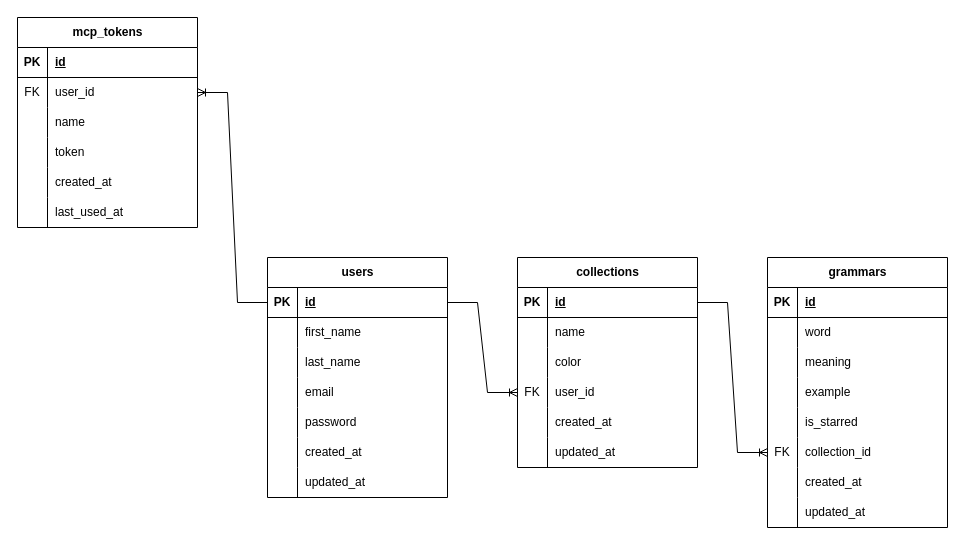
Above: lobos.drawio in tudemaha/lobos-app (draw.io), before the change. Source tidied: cells renumbered, new cells numbered last; positions are measured from the earlier drawing's top-left corner, leaving out a move shared by most shapes. Both pictures are drawn from the tidied source at 100%, with x=0, y=0 at pixel (17, 17).
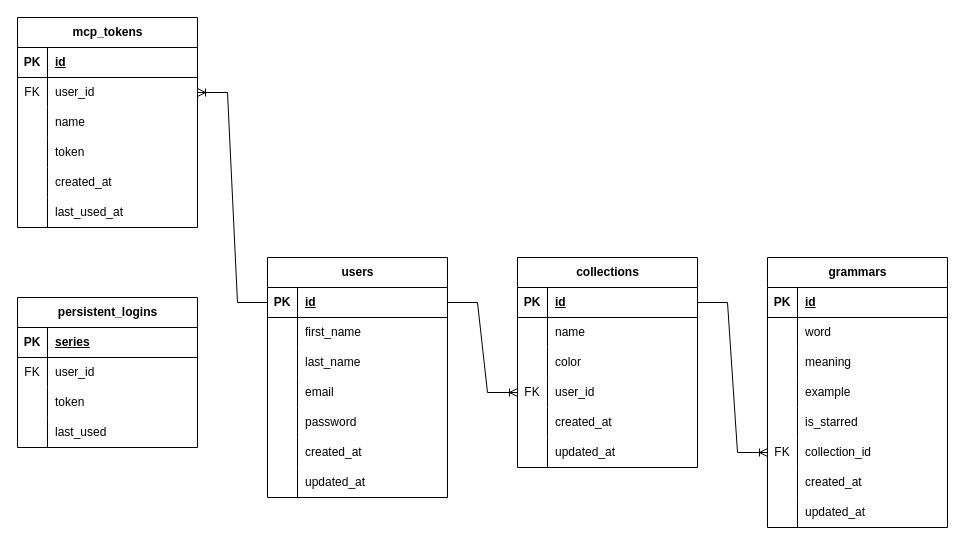
The same page after the edit.

Change to the diagram source:
```diff
@@
+    <mxCell id="90" value="persistent_logins" style="shape=table;startSize=30;childLayout=tableLayout;rowLines=0;fontStyle=1;align=center;html=1;" parent="1" vertex="1">
+      <mxGeometry y="280" width="180" height="150" as="geometry" />
+    </mxCell>
+    <mxCell id="91" style="shape=tableRow;horizontal=0;startSize=0;swimlaneHead=0;swimlaneBody=0;fillColor=none;top=0;left=0;right=0;bottom=1;" parent="90" vertex="1">
+      <mxGeometry y="30" width="180" height="30" as="geometry" />
+    </mxCell>
+    <mxCell id="92" value="PK" style="shape=partialRectangle;fillColor=none;top=0;left=0;bottom=0;right=0;fontStyle=1;overflow=hidden;whiteSpace=wrap;html=1;" parent="91" vertex="1">
+      <mxGeometry width="30" height="30" as="geometry" />
+    </mxCell>
+    <mxCell id="93" value="series" style="shape=partialRectangle;fillColor=none;top=0;left=0;bottom=0;right=0;align=left;spacingLeft=6;fontStyle=5;overflow=hidden;whiteSpace=wrap;html=1;" parent="91" vertex="1">
+      <mxGeometry x="30" width="150" height="30" as="geometry" />
+    </mxCell>
+    <mxCell id="94" style="shape=tableRow;horizontal=0;startSize=0;swimlaneHead=0;swimlaneBody=0;fillColor=none;top=0;left=0;right=0;bottom=0;" parent="90" vertex="1">
+      <mxGeometry y="60" width="180" height="30" as="geometry" />
+    </mxCell>
+    <mxCell id="95" value="FK" style="shape=partialRectangle;fillColor=none;top=0;left=0;bottom=0;right=0;overflow=hidden;whiteSpace=wrap;html=1;" parent="94" vertex="1">
+      <mxGeometry width="30" height="30" as="geometry" />
+    </mxCell>
+    <mxCell id="96" value="user_id" style="shape=partialRectangle;fillColor=none;top=0;left=0;bottom=0;right=0;align=left;spacingLeft=6;overflow=hidden;whiteSpace=wrap;html=1;" parent="94" vertex="1">
+      <mxGeometry x="30" width="150" height="30" as="geometry" />
+    </mxCell>
+    <mxCell id="97" style="shape=tableRow;horizontal=0;startSize=0;swimlaneHead=0;swimlaneBody=0;fillColor=none;top=0;left=0;right=0;bottom=0;" parent="90" vertex="1">
+      <mxGeometry y="90" width="180" height="30" as="geometry" />
+    </mxCell>
+    <mxCell id="98" style="shape=partialRectangle;fillColor=none;top=0;left=0;bottom=0;right=0;overflow=hidden;whiteSpace=wrap;html=1;" parent="97" vertex="1">
+      <mxGeometry width="30" height="30" as="geometry" />
+    </mxCell>
+    <mxCell id="99" value="token" style="shape=partialRectangle;fillColor=none;top=0;left=0;bottom=0;right=0;align=left;spacingLeft=6;overflow=hidden;whiteSpace=wrap;html=1;" parent="97" vertex="1">
+      <mxGeometry x="30" width="150" height="30" as="geometry" />
+    </mxCell>
+    <mxCell id="100" style="shape=tableRow;horizontal=0;startSize=0;swimlaneHead=0;swimlaneBody=0;fillColor=none;top=0;left=0;right=0;bottom=0;" parent="90" vertex="1">
+      <mxGeometry y="120" width="180" height="30" as="geometry" />
+    </mxCell>
+    <mxCell id="101" style="shape=partialRectangle;fillColor=none;top=0;left=0;bottom=0;right=0;overflow=hidden;whiteSpace=wrap;html=1;" parent="100" vertex="1">
+      <mxGeometry width="30" height="30" as="geometry" />
+    </mxCell>
+    <mxCell id="102" value="last_used" style="shape=partialRectangle;fillColor=none;top=0;left=0;bottom=0;right=0;align=left;spacingLeft=6;overflow=hidden;whiteSpace=wrap;html=1;" parent="100" vertex="1">
+      <mxGeometry x="30" width="150" height="30" as="geometry" />
+    </mxCell>
```
